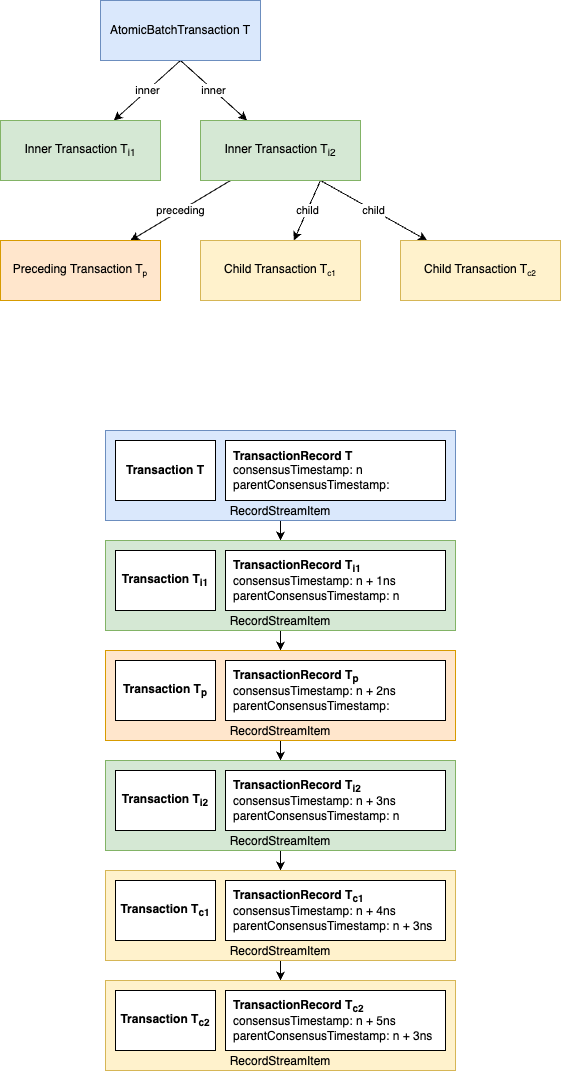
hashgraph/hedera-improvement-proposal keeps this draw.io diagram as assets/hip-551/record-stream.png. Above is the earlier version. Source tidied: cells renumbered, new cells last; positions are measured from the earlier drawing's top-left corner, leaving out a move shared by most shapes.
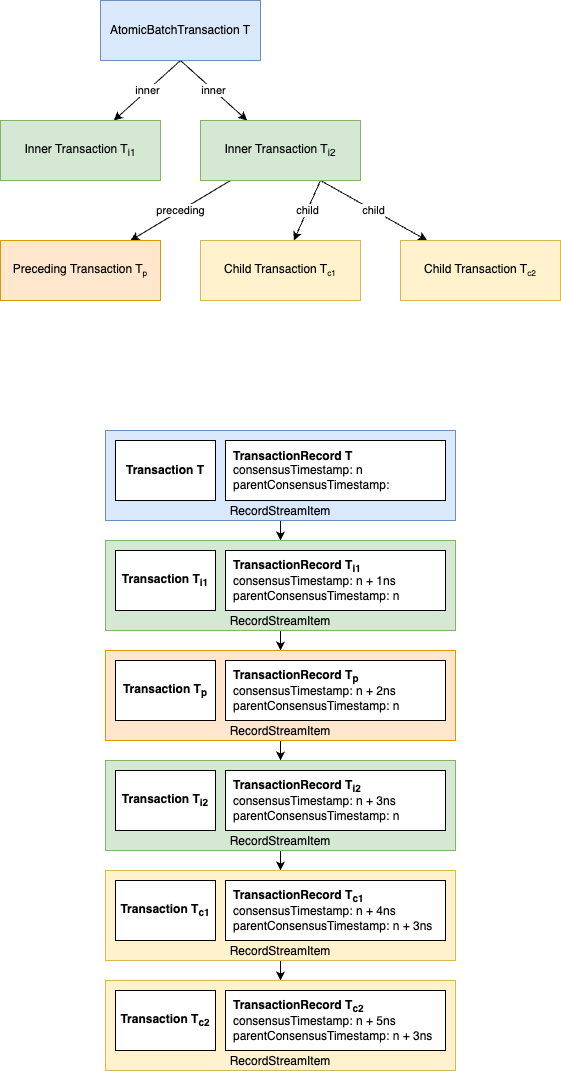
The same file after the commit.

Diff of the diagram source:
```diff
@@ -68,7 +68,7 @@
     <mxCell id="23" value="&lt;b&gt;Transaction T&lt;sub&gt;p&lt;/sub&gt;&lt;/b&gt;" style="rounded=0;whiteSpace=wrap;html=1;" parent="1" vertex="1">
       <mxGeometry x="115" y="660" width="100" height="60" as="geometry" />
     </mxCell>
-    <mxCell id="24" value="&lt;b&gt;TransactionRecord&amp;nbsp;T&lt;sub&gt;p&lt;/sub&gt;&lt;/b&gt;&lt;br&gt;consensusTimestamp: n + 2ns&lt;br&gt;parentConsensusTimestamp:" style="rounded=0;whiteSpace=wrap;html=1;align=left;spacing=8;" parent="1" vertex="1">
+    <mxCell id="24" value="&lt;b&gt;TransactionRecord&amp;nbsp;T&lt;sub&gt;p&lt;/sub&gt;&lt;/b&gt;&lt;br&gt;consensusTimestamp: n + 2ns&lt;br&gt;parentConsensusTimestamp: n" style="rounded=0;whiteSpace=wrap;html=1;align=left;spacing=8;" parent="1" vertex="1">
       <mxGeometry x="225" y="660" width="220" height="60" as="geometry" />
     </mxCell>
     <mxCell id="25" style="edgeStyle=orthogonalEdgeStyle;rounded=0;jettySize=auto;html=1;exitX=0.5;exitY=1;exitDx=0;exitDy=0;entryX=0.5;entryY=0;entryDx=0;entryDy=0;" parent="1" edge="1" source="26" target="30">
```
